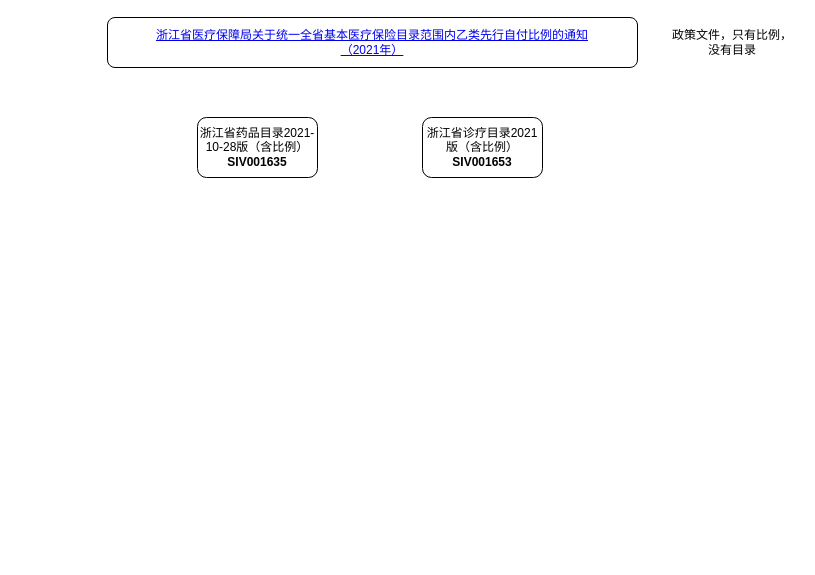
This is 风控/浙江三目录数据源.drawio from XiaoLiuAI/diagrams, a draw.io file, before an edit. Source tidied: cells renumbered, new cells numbered last; positions are measured from the earlier drawing's top-left corner, leaving out a move shared by most shapes. Both pictures are drawn from the tidied source at 100%, with x=0, y=0 at pixel (107, 17).
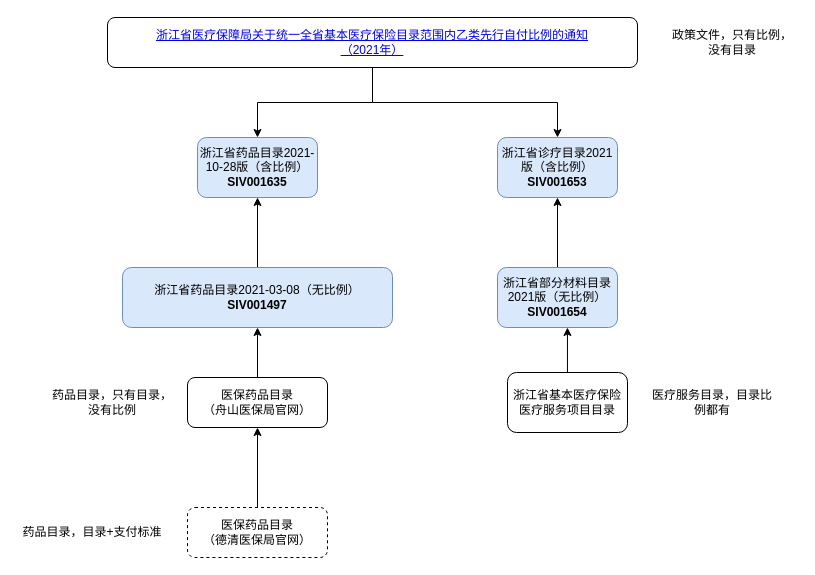
The same page after the edit.

Commit message (it also covers changes not shown here):
Update 浙江三目录数据源.drawio

The change refers to these unchanged cells:
```xml
<mxCell id="2" value="&lt;a href=&quot;http://ybj.zj.gov.cn/art/2021/11/29/art_1229262886_58828981.html&quot;&gt;浙江省医疗保障局关于统一全省基本医疗保险目录范围内乙类先行自付比例的通知&lt;br&gt;（2021年）&lt;/a&gt;" style="rounded=1;whiteSpace=wrap;html=1;" parent="1" vertex="1">
  <mxGeometry width="530" height="50" as="geometry" />
</mxCell>
```

What changed in the source:
```diff
@@
+    <mxCell id="6" style="edgeStyle=orthogonalEdgeStyle;rounded=0;jettySize=auto;html=1;entryX=0.5;entryY=0;entryDx=0;entryDy=0;" parent="1" edge="1" source="2" target="3">
+      <mxGeometry relative="1" as="geometry" />
+    </mxCell>
+    <mxCell id="7" style="edgeStyle=orthogonalEdgeStyle;rounded=0;jettySize=auto;html=1;entryX=0.5;entryY=0;entryDx=0;entryDy=0;" parent="1" edge="1" source="2" target="4">
+      <mxGeometry relative="1" as="geometry" />
+    </mxCell>
@@
-    <mxCell id="3" value="浙江省药品目录2021-10-28版（含比例）&lt;br&gt;&lt;b&gt;SIV001635&lt;/b&gt;" style="rounded=1;whiteSpace=wrap;html=1;" parent="1" vertex="1">
-      <mxGeometry x="90" y="100" width="120" height="60" as="geometry" />
+    <mxCell id="3" value="浙江省药品目录2021-10-28版（含比例）&lt;br&gt;&lt;b&gt;SIV001635&lt;/b&gt;" style="rounded=1;whiteSpace=wrap;html=1;fillColor=#dae8fc;strokeColor=#6c8ebf;" parent="1" vertex="1">
+      <mxGeometry x="90" y="120" width="120" height="60" as="geometry" />
     </mxCell>
-    <mxCell id="4" value="浙江省诊疗目录2021版（含比例）&lt;br&gt;&lt;b&gt;SIV001653&lt;/b&gt;" style="rounded=1;whiteSpace=wrap;html=1;" parent="1" vertex="1">
-      <mxGeometry x="315" y="100" width="120" height="60" as="geometry" />
+    <mxCell id="4" value="浙江省诊疗目录2021版（含比例）&lt;br&gt;&lt;b&gt;SIV001653&lt;/b&gt;" style="rounded=1;whiteSpace=wrap;html=1;fillColor=#dae8fc;strokeColor=#6c8ebf;" parent="1" vertex="1">
+      <mxGeometry x="390" y="120" width="120" height="60" as="geometry" />
     </mxCell>
@@
+    <mxCell id="8" style="edgeStyle=orthogonalEdgeStyle;rounded=0;jettySize=auto;html=1;" parent="1" edge="1" source="9" target="12">
+      <mxGeometry relative="1" as="geometry" />
+    </mxCell>
+    <mxCell id="9" value="医保药品目录&lt;br&gt;（舟山医保局官网）" style="rounded=1;whiteSpace=wrap;html=1;" parent="1" vertex="1">
+      <mxGeometry x="80" y="360" width="140" height="50" as="geometry" />
+    </mxCell>
+    <mxCell id="10" value="药品目录，只有目录，没有比例" style="text;html=1;strokeColor=none;fillColor=none;align=center;verticalAlign=middle;whiteSpace=wrap;rounded=0;" parent="1" vertex="1">
+      <mxGeometry x="-60" y="370" width="130" height="30" as="geometry" />
+    </mxCell>
+    <mxCell id="11" style="edgeStyle=orthogonalEdgeStyle;rounded=0;jettySize=auto;html=1;entryX=0.5;entryY=1;entryDx=0;entryDy=0;" parent="1" edge="1" source="12" target="3">
+      <mxGeometry relative="1" as="geometry" />
+    </mxCell>
+    <mxCell id="12" value="浙江省药品目录2021-03-08（无比例）&lt;br&gt;&lt;div&gt;&lt;b&gt;SIV001497&lt;/b&gt;&lt;/div&gt;" style="rounded=1;whiteSpace=wrap;html=1;fillColor=#dae8fc;strokeColor=#6c8ebf;" parent="1" vertex="1">
+      <mxGeometry x="15" y="250" width="270" height="60" as="geometry" />
+    </mxCell>
+    <mxCell id="13" value="浙江省基本医疗保险医疗服务项目目录" style="rounded=1;whiteSpace=wrap;html=1;" parent="1" vertex="1">
+      <mxGeometry x="400" y="355" width="120" height="60" as="geometry" />
+    </mxCell>
+    <mxCell id="14" style="edgeStyle=orthogonalEdgeStyle;rounded=0;jettySize=auto;html=1;" parent="1" edge="1" source="15" target="4">
+      <mxGeometry relative="1" as="geometry" />
+    </mxCell>
+    <mxCell id="15" value="浙江省部分材料目录2021版（无比例）&lt;br&gt;&lt;b&gt;SIV001654&lt;/b&gt;" style="rounded=1;whiteSpace=wrap;html=1;fillColor=#dae8fc;strokeColor=#6c8ebf;" parent="1" vertex="1">
+      <mxGeometry x="390" y="250" width="120" height="60" as="geometry" />
+    </mxCell>
+    <mxCell id="16" style="edgeStyle=orthogonalEdgeStyle;rounded=0;jettySize=auto;html=1;entryX=0.583;entryY=1;entryDx=0;entryDy=0;entryPerimeter=0;" parent="1" edge="1" source="13" target="15">
+      <mxGeometry relative="1" as="geometry" />
+    </mxCell>
+    <mxCell id="17" value="医疗服务目录，目录比例都有" style="text;html=1;strokeColor=none;fillColor=none;align=center;verticalAlign=middle;whiteSpace=wrap;rounded=0;" parent="1" vertex="1">
+      <mxGeometry x="540" y="370" width="130" height="30" as="geometry" />
+    </mxCell>
+    <mxCell id="18" style="edgeStyle=orthogonalEdgeStyle;rounded=0;jettySize=auto;html=1;entryX=0.5;entryY=1;entryDx=0;entryDy=0;" parent="1" edge="1" source="19" target="9">
+      <mxGeometry relative="1" as="geometry" />
+    </mxCell>
+    <mxCell id="19" value="医保药品目录&lt;br&gt;（德清医保局官网）" style="rounded=1;whiteSpace=wrap;html=1;dashed=1;" parent="1" vertex="1">
+      <mxGeometry x="80" y="490" width="140" height="50" as="geometry" />
+    </mxCell>
+    <mxCell id="20" value="药品目录，目录+支付标准" style="text;html=1;strokeColor=none;fillColor=none;align=center;verticalAlign=middle;whiteSpace=wrap;rounded=0;" parent="1" vertex="1">
+      <mxGeometry x="-90" y="500" width="150" height="30" as="geometry" />
+    </mxCell>
```
